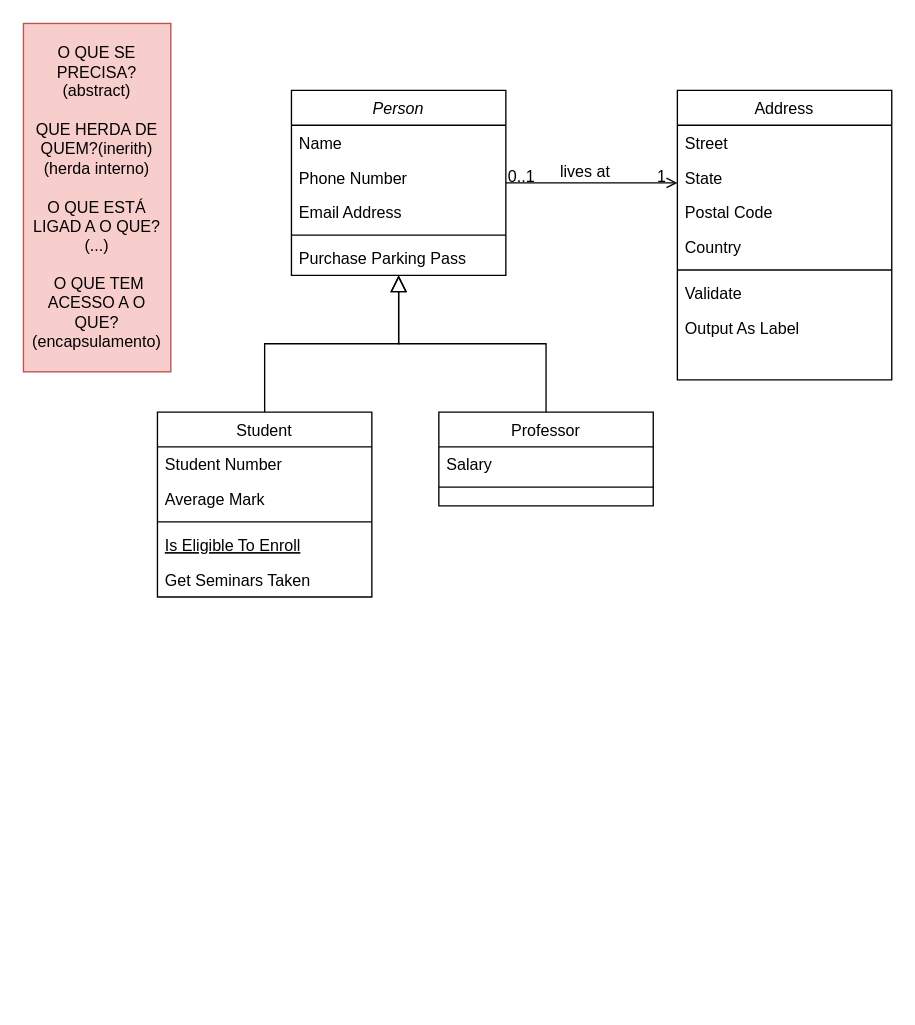
Before: diagrama-stacks.drawio in Vjfrib/stackblitz-react-type-firebase-figma-framer-anima, a draw.io diagram. Source tidied: cells renumbered, new cells numbered last; positions are measured from the earlier drawing's top-left corner, leaving out a move shared by most shapes. Both pictures are drawn from the tidied source at 134%, with x=0, y=0 at pixel (23, 23).
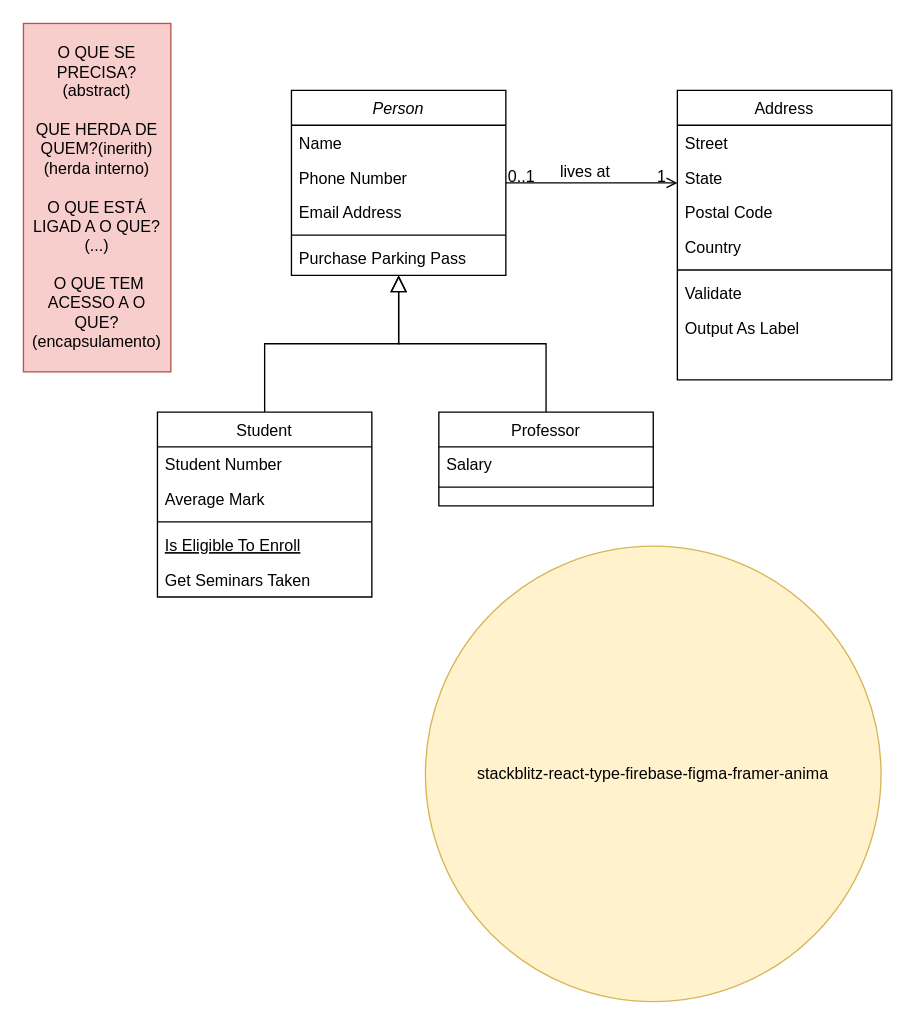
The same page after the edit.

What changed in the source:
```diff
@@
+    <mxCell id="32" value="stackblitz-react-type-firebase-figma-framer-anima" style="ellipse;whiteSpace=wrap;html=1;fillColor=#fff2cc;strokeColor=#d6b656;" parent="1" vertex="1">
+      <mxGeometry x="300" y="390" width="340" height="340" as="geometry" />
+    </mxCell>
```
